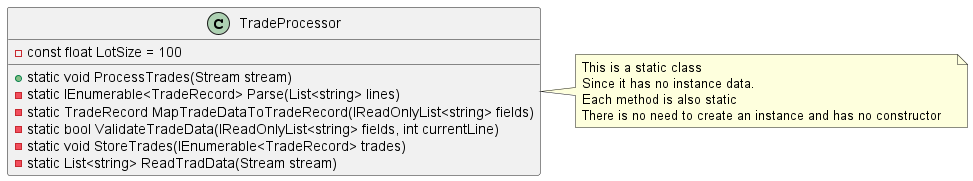
This is solid-project-1/solid-project-1.png from Shane-Wilson-class/solid-project-1, a PlantUML export, as it was before one commit.
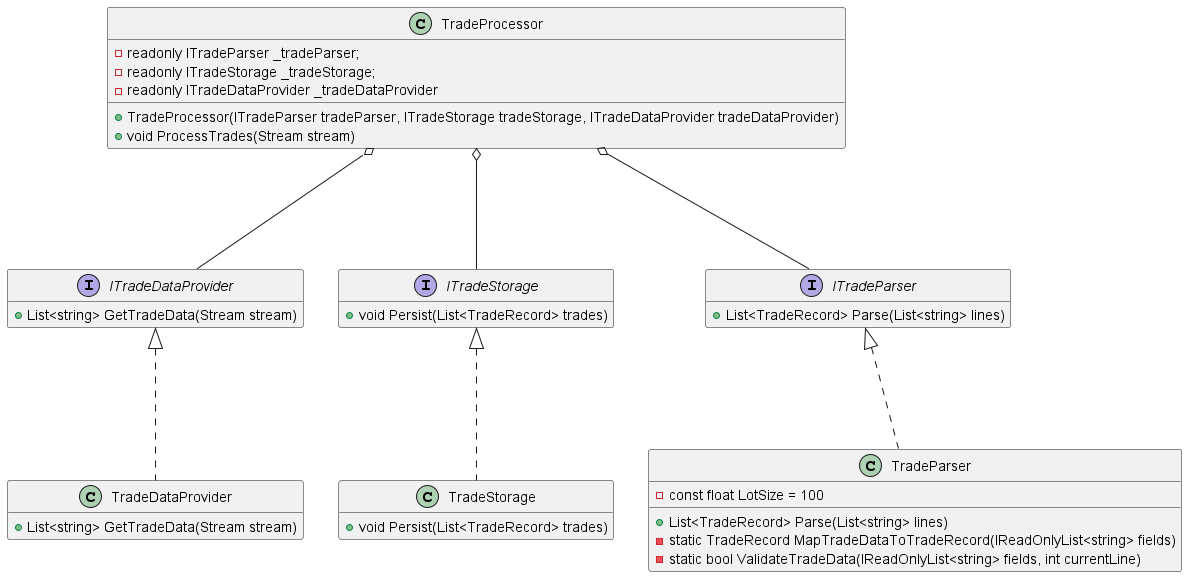
Later version of the same file.

Commit message:
Refactor TradeProcessor to comply with Single Responsibility Principle (SRP)

Diff of the diagram source:
```diff
@@ -1,21 +1,45 @@
 @startuml
+hide empty members
+interface ITradeDataProvider{
++ List<string> GetTradeData(Stream stream)
+}
+interface ITradeParser
+{
+ + List<TradeRecord> Parse(List<string> lines)
+}
+interface ITradeStorage
+{
+  + void Persist(List<TradeRecord> trades)
+}
 
+class TradeStorage {
++ void Persist(List<TradeRecord> trades)
+}
+
+class TradeDataProvider {
++ List<string> GetTradeData(Stream stream)
+}
+class TradeParser {
+- const float LotSize = 100
++ List<TradeRecord> Parse(List<string> lines)
+- static TradeRecord MapTradeDataToTradeRecord(IReadOnlyList<string> fields)
+- static bool ValidateTradeData(IReadOnlyList<string> fields, int currentLine)
+}
 
 class TradeProcessor {
-- const float LotSize = 100
-+ static void ProcessTrades(Stream stream)
-- static IEnumerable<TradeRecord> Parse(List<string> lines)
-- static TradeRecord MapTradeDataToTradeRecord(IReadOnlyList<string> fields)
-- static bool ValidateTradeData(IReadOnlyList<string> fields, int currentLine)
-- static void StoreTrades(IEnumerable<TradeRecord> trades)
-- static List<string> ReadTradData(Stream stream)
+ - readonly ITradeParser _tradeParser;
+ - readonly ITradeStorage _tradeStorage;
+ - readonly ITradeDataProvider _tradeDataProvider
+ + TradeProcessor(ITradeParser tradeParser, ITradeStorage tradeStorage, ITradeDataProvider tradeDataProvider)
+ + void ProcessTrades(Stream stream)
 }
 
-note right of TradeProcessor
-   This is a static class
-   Since it has no instance data.
-   Each method is also static
-   There is no need to create an instance and has no constructor
-end note
+TradeProcessor o---ITradeParser
+TradeProcessor o---ITradeDataProvider
+TradeProcessor o---ITradeStorage
+
+TradeParser ...up|> ITradeParser
+TradeStorage ...up|> ITradeStorage
+TradeDataProvider ...up|> ITradeDataProvider
 
 @enduml
```
